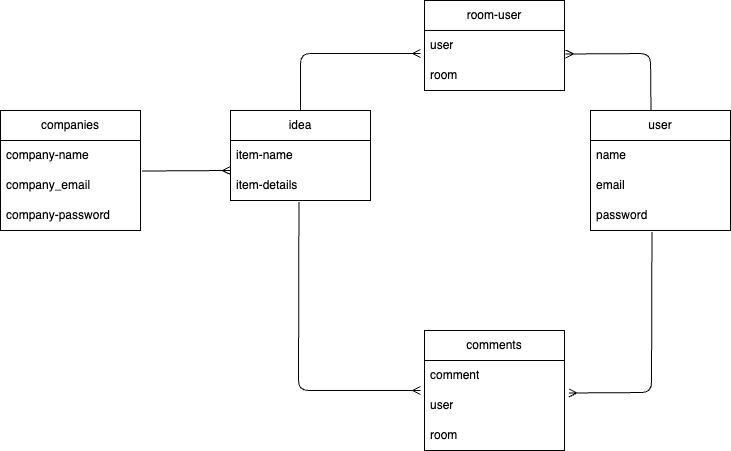
miyasan-09/idea-plus keeps this draw.io diagram as idea-test.png. Above is the earlier version. Source tidied: cells renumbered, new cells last; positions are measured from the earlier drawing's top-left corner, leaving out a move shared by most shapes. Source of this version:
```xml
<mxGraphModel>
  <root>
    <mxCell id="0" />
    <mxCell id="1" parent="0" />
    <mxCell id="2" value="idea" style="swimlane;fontStyle=0;horizontal=1;startSize=30;whiteSpace=wrap;html=1;" parent="1" vertex="1">
      <mxGeometry x="230" y="110" width="140" height="90" as="geometry" />
    </mxCell>
    <mxCell id="3" value="item-name" style="text;strokeColor=none;fillColor=none;align=left;verticalAlign=middle;spacingLeft=4;spacingRight=4;overflow=hidden;whiteSpace=wrap;html=1;" parent="2" vertex="1">
      <mxGeometry y="30" width="140" height="30" as="geometry" />
    </mxCell>
    <mxCell id="4" value="item-details" style="text;strokeColor=none;fillColor=none;align=left;verticalAlign=middle;spacingLeft=4;spacingRight=4;overflow=hidden;points=[[0,0.5],[1,0.5]];portConstraint=eastwest;whiteSpace=wrap;html=1;" parent="2" vertex="1">
      <mxGeometry y="60" width="140" height="30" as="geometry" />
    </mxCell>
    <mxCell id="5" value="user" style="swimlane;fontStyle=0;horizontal=1;startSize=30;whiteSpace=wrap;html=1;" parent="1" vertex="1">
      <mxGeometry x="590" y="110" width="140" height="120" as="geometry" />
    </mxCell>
    <mxCell id="6" value="name" style="text;strokeColor=none;fillColor=none;align=left;verticalAlign=middle;spacingLeft=4;spacingRight=4;overflow=hidden;whiteSpace=wrap;html=1;" parent="5" vertex="1">
      <mxGeometry y="30" width="140" height="30" as="geometry" />
    </mxCell>
    <mxCell id="7" value="email&lt;br&gt;" style="text;strokeColor=none;fillColor=none;align=left;verticalAlign=middle;spacingLeft=4;spacingRight=4;overflow=hidden;whiteSpace=wrap;html=1;" parent="5" vertex="1">
      <mxGeometry y="60" width="140" height="30" as="geometry" />
    </mxCell>
    <mxCell id="8" value="password" style="text;strokeColor=none;fillColor=none;align=left;verticalAlign=middle;spacingLeft=4;spacingRight=4;overflow=hidden;points=[[0,0.5],[1,0.5]];portConstraint=eastwest;whiteSpace=wrap;html=1;" parent="5" vertex="1">
      <mxGeometry y="90" width="140" height="30" as="geometry" />
    </mxCell>
    <mxCell id="9" value="companies" style="swimlane;fontStyle=0;horizontal=1;startSize=30;whiteSpace=wrap;html=1;" parent="1" vertex="1">
      <mxGeometry y="110" width="140" height="120" as="geometry" />
    </mxCell>
    <mxCell id="10" value="company-name" style="text;strokeColor=none;fillColor=none;align=left;verticalAlign=middle;spacingLeft=4;spacingRight=4;overflow=hidden;points=[[0,0.5],[1,0.5]];portConstraint=eastwest;whiteSpace=wrap;html=1;" parent="9" vertex="1">
      <mxGeometry y="30" width="140" height="30" as="geometry" />
    </mxCell>
    <mxCell id="11" value="company_email" style="text;strokeColor=none;fillColor=none;align=left;verticalAlign=middle;spacingLeft=4;spacingRight=4;overflow=hidden;whiteSpace=wrap;html=1;" parent="9" vertex="1">
      <mxGeometry y="60" width="140" height="30" as="geometry" />
    </mxCell>
    <mxCell id="12" value="company-password" style="text;strokeColor=none;fillColor=none;align=left;verticalAlign=middle;spacingLeft=4;spacingRight=4;overflow=hidden;whiteSpace=wrap;html=1;" parent="9" vertex="1">
      <mxGeometry y="90" width="140" height="30" as="geometry" />
    </mxCell>
    <mxCell id="13" value="room-user" style="swimlane;fontStyle=0;horizontal=1;startSize=30;whiteSpace=wrap;html=1;" parent="1" vertex="1">
      <mxGeometry x="424" width="140" height="90" as="geometry" />
    </mxCell>
    <mxCell id="14" value="user" style="text;strokeColor=none;fillColor=none;align=left;verticalAlign=middle;spacingLeft=4;spacingRight=4;overflow=hidden;points=[[0,0.5],[1,0.5]];portConstraint=eastwest;whiteSpace=wrap;html=1;" parent="13" vertex="1">
      <mxGeometry y="30" width="140" height="30" as="geometry" />
    </mxCell>
    <mxCell id="15" value="room" style="text;strokeColor=none;fillColor=none;align=left;verticalAlign=middle;spacingLeft=4;spacingRight=4;overflow=hidden;whiteSpace=wrap;html=1;" parent="13" vertex="1">
      <mxGeometry y="60" width="140" height="30" as="geometry" />
    </mxCell>
    <mxCell id="16" value="comments" style="swimlane;fontStyle=0;horizontal=1;startSize=30;whiteSpace=wrap;html=1;" parent="1" vertex="1">
      <mxGeometry x="424" y="330" width="140" height="120" as="geometry" />
    </mxCell>
    <mxCell id="17" value="comment" style="text;strokeColor=none;fillColor=none;align=left;verticalAlign=middle;spacingLeft=4;spacingRight=4;overflow=hidden;whiteSpace=wrap;html=1;" parent="16" vertex="1">
      <mxGeometry y="30" width="140" height="30" as="geometry" />
    </mxCell>
    <mxCell id="18" value="user" style="text;strokeColor=none;fillColor=none;align=left;verticalAlign=middle;spacingLeft=4;spacingRight=4;overflow=hidden;points=[[0,0.5],[1,0.5]];portConstraint=eastwest;whiteSpace=wrap;html=1;" parent="16" vertex="1">
      <mxGeometry y="60" width="140" height="30" as="geometry" />
    </mxCell>
    <mxCell id="19" value="room" style="text;strokeColor=none;fillColor=none;align=left;verticalAlign=middle;spacingLeft=4;spacingRight=4;overflow=hidden;whiteSpace=wrap;html=1;" parent="16" vertex="1">
      <mxGeometry y="90" width="140" height="30" as="geometry" />
    </mxCell>
    <mxCell id="20" style="endArrow=none;html=1;entryX=1.011;entryY=1.017;entryDx=0;entryDy=0;startArrow=ERmany;startFill=0;entryPerimeter=0;targetPerimeterSpacing=0;sourcePerimeterSpacing=0;endSize=6;" parent="1" edge="1" target="10">
      <mxGeometry relative="1" as="geometry">
        <mxPoint x="230" y="170" as="sourcePoint" />
      </mxGeometry>
    </mxCell>
    <mxCell id="21" style="endArrow=none;html=1;endSize=6;sourcePerimeterSpacing=0;targetPerimeterSpacing=0;exitX=1.032;exitY=0.083;exitDx=0;exitDy=0;endFill=0;entryX=0.439;entryY=1.05;entryDx=0;entryDy=0;entryPerimeter=0;exitPerimeter=0;startArrow=ERmany;startFill=0;" parent="1" edge="1" source="18" target="8">
      <mxGeometry relative="1" as="geometry">
        <Array as="points">
          <mxPoint x="651" y="392" />
        </Array>
      </mxGeometry>
    </mxCell>
    <mxCell id="22" style="endArrow=ERmany;html=1;endSize=6;sourcePerimeterSpacing=0;targetPerimeterSpacing=0;startArrow=none;startFill=0;endFill=0;exitX=0.5;exitY=0;exitDx=0;exitDy=0;" parent="1" edge="1" source="2">
      <mxGeometry relative="1" as="geometry">
        <mxPoint x="420" y="53" as="targetPoint" />
        <Array as="points">
          <mxPoint x="300" y="53" />
        </Array>
      </mxGeometry>
    </mxCell>
    <mxCell id="23" style="endArrow=none;html=1;endSize=6;sourcePerimeterSpacing=0;targetPerimeterSpacing=0;exitX=1.007;exitY=0.783;exitDx=0;exitDy=0;exitPerimeter=0;startArrow=ERmany;startFill=0;entryX=0.432;entryY=-0.004;entryDx=0;entryDy=0;entryPerimeter=0;" parent="1" edge="1" source="14" target="5">
      <mxGeometry relative="1" as="geometry">
        <Array as="points">
          <mxPoint x="650" y="53" />
        </Array>
      </mxGeometry>
    </mxCell>
    <mxCell id="24" style="endArrow=ERmany;html=1;endSize=6;sourcePerimeterSpacing=0;targetPerimeterSpacing=0;exitX=0.489;exitY=1.05;exitDx=0;exitDy=0;exitPerimeter=0;startArrow=none;startFill=0;endFill=0;" parent="1" edge="1" source="4">
      <mxGeometry relative="1" as="geometry">
        <mxPoint x="420" y="390" as="targetPoint" />
        <Array as="points">
          <mxPoint x="298" y="390" />
        </Array>
      </mxGeometry>
    </mxCell>
  </root>
</mxGraphModel>
```
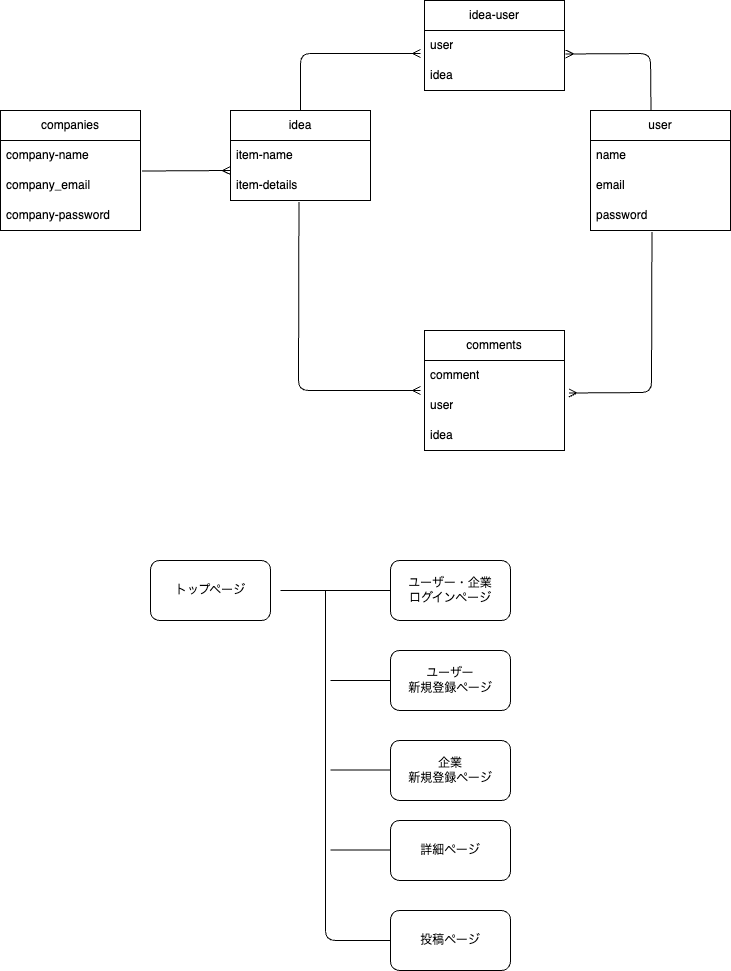
The same diagram one commit later.

What changed in the source:
```diff
@@ -35,13 +35,13 @@
     <mxCell id="12" value="company-password" style="text;strokeColor=none;fillColor=none;align=left;verticalAlign=middle;spacingLeft=4;spacingRight=4;overflow=hidden;whiteSpace=wrap;html=1;" parent="9" vertex="1">
       <mxGeometry y="90" width="140" height="30" as="geometry" />
     </mxCell>
-    <mxCell id="13" value="room-user" style="swimlane;fontStyle=0;horizontal=1;startSize=30;whiteSpace=wrap;html=1;" parent="1" vertex="1">
+    <mxCell id="13" value="idea-user" style="swimlane;fontStyle=0;horizontal=1;startSize=30;whiteSpace=wrap;html=1;" parent="1" vertex="1">
       <mxGeometry x="424" width="140" height="90" as="geometry" />
     </mxCell>
     <mxCell id="14" value="user" style="text;strokeColor=none;fillColor=none;align=left;verticalAlign=middle;spacingLeft=4;spacingRight=4;overflow=hidden;points=[[0,0.5],[1,0.5]];portConstraint=eastwest;whiteSpace=wrap;html=1;" parent="13" vertex="1">
       <mxGeometry y="30" width="140" height="30" as="geometry" />
     </mxCell>
-    <mxCell id="15" value="room" style="text;strokeColor=none;fillColor=none;align=left;verticalAlign=middle;spacingLeft=4;spacingRight=4;overflow=hidden;whiteSpace=wrap;html=1;" parent="13" vertex="1">
+    <mxCell id="15" value="idea" style="text;strokeColor=none;fillColor=none;align=left;verticalAlign=middle;spacingLeft=4;spacingRight=4;overflow=hidden;whiteSpace=wrap;html=1;" parent="13" vertex="1">
       <mxGeometry y="60" width="140" height="30" as="geometry" />
     </mxCell>
     <mxCell id="16" value="comments" style="swimlane;fontStyle=0;horizontal=1;startSize=30;whiteSpace=wrap;html=1;" parent="1" vertex="1">
@@ -53,7 +53,7 @@
     <mxCell id="18" value="user" style="text;strokeColor=none;fillColor=none;align=left;verticalAlign=middle;spacingLeft=4;spacingRight=4;overflow=hidden;points=[[0,0.5],[1,0.5]];portConstraint=eastwest;whiteSpace=wrap;html=1;" parent="16" vertex="1">
       <mxGeometry y="60" width="140" height="30" as="geometry" />
     </mxCell>
-    <mxCell id="19" value="room" style="text;strokeColor=none;fillColor=none;align=left;verticalAlign=middle;spacingLeft=4;spacingRight=4;overflow=hidden;whiteSpace=wrap;html=1;" parent="16" vertex="1">
+    <mxCell id="19" value="idea" style="text;strokeColor=none;fillColor=none;align=left;verticalAlign=middle;spacingLeft=4;spacingRight=4;overflow=hidden;whiteSpace=wrap;html=1;" parent="16" vertex="1">
       <mxGeometry y="90" width="140" height="30" as="geometry" />
     </mxCell>
     <mxCell id="20" style="endArrow=none;html=1;entryX=1.011;entryY=1.017;entryDx=0;entryDy=0;startArrow=ERmany;startFill=0;entryPerimeter=0;targetPerimeterSpacing=0;sourcePerimeterSpacing=0;endSize=6;" parent="1" edge="1" target="10">
@@ -91,5 +91,55 @@
         </Array>
       </mxGeometry>
     </mxCell>
+    <mxCell id="25" value="トップページ" style="rounded=1;whiteSpace=wrap;html=1;" parent="1" vertex="1">
+      <mxGeometry x="150" y="560" width="120" height="60" as="geometry" />
+    </mxCell>
+    <mxCell id="26" value="ユーザー・企業&lt;br&gt;ログインページ" style="rounded=1;whiteSpace=wrap;html=1;" parent="1" vertex="1">
+      <mxGeometry x="390" y="560" width="120" height="60" as="geometry" />
+    </mxCell>
+    <mxCell id="27" value="ユーザー&lt;br&gt;新規登録ページ" style="rounded=1;whiteSpace=wrap;html=1;" parent="1" vertex="1">
+      <mxGeometry x="390" y="650" width="120" height="60" as="geometry" />
+    </mxCell>
+    <mxCell id="28" value="企業&lt;br&gt;新規登録ページ" style="rounded=1;whiteSpace=wrap;html=1;" parent="1" vertex="1">
+      <mxGeometry x="390" y="740" width="120" height="60" as="geometry" />
+    </mxCell>
+    <mxCell id="29" value="詳細ページ" style="rounded=1;whiteSpace=wrap;html=1;" parent="1" vertex="1">
+      <mxGeometry x="390" y="820" width="120" height="60" as="geometry" />
+    </mxCell>
+    <mxCell id="30" value="投稿ページ" style="rounded=1;whiteSpace=wrap;html=1;" parent="1" vertex="1">
+      <mxGeometry x="390" y="910" width="120" height="60" as="geometry" />
+    </mxCell>
+    <mxCell id="31" style="endArrow=none;html=1;" parent="1" edge="1">
+      <mxGeometry relative="1" as="geometry">
+        <mxPoint x="280" y="590" as="sourcePoint" />
+        <mxPoint x="390" y="590" as="targetPoint" />
+      </mxGeometry>
+    </mxCell>
+    <mxCell id="32" style="endArrow=none;html=1;exitX=0;exitY=0.5;exitDx=0;exitDy=0;" parent="1" edge="1" source="30">
+      <mxGeometry relative="1" as="geometry">
+        <mxPoint x="325" y="590" as="targetPoint" />
+        <Array as="points">
+          <mxPoint x="325" y="940" />
+        </Array>
+      </mxGeometry>
+    </mxCell>
+    <mxCell id="33" style="endArrow=none;html=1;" parent="1" edge="1">
+      <mxGeometry relative="1" as="geometry">
+        <mxPoint x="330" y="680" as="sourcePoint" />
+        <mxPoint x="390" y="680" as="targetPoint" />
+      </mxGeometry>
+    </mxCell>
+    <mxCell id="34" style="endArrow=none;html=1;" parent="1" edge="1">
+      <mxGeometry relative="1" as="geometry">
+        <mxPoint x="330" y="769.5" as="sourcePoint" />
+        <mxPoint x="390" y="769.5" as="targetPoint" />
+      </mxGeometry>
+    </mxCell>
+    <mxCell id="35" style="endArrow=none;html=1;" parent="1" edge="1">
+      <mxGeometry relative="1" as="geometry">
+        <mxPoint x="330" y="849.5" as="sourcePoint" />
+        <mxPoint x="390" y="849.5" as="targetPoint" />
+      </mxGeometry>
+    </mxCell>
   </root>
 </mxGraphModel>
```
